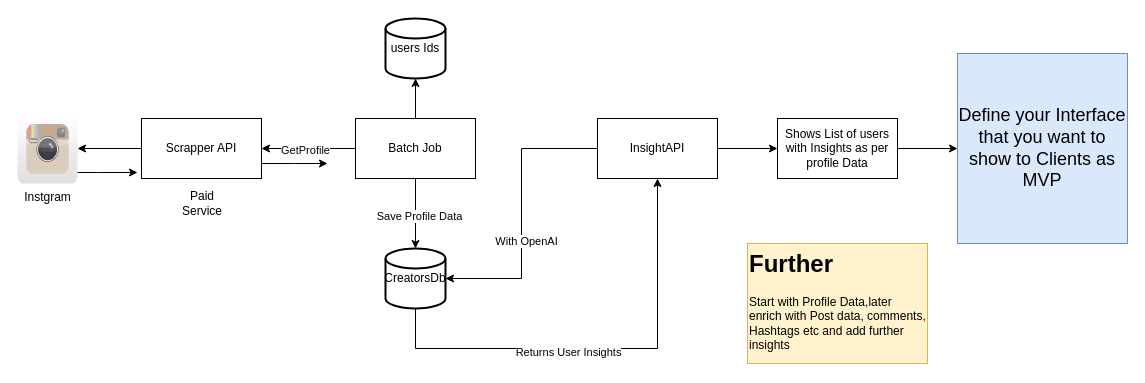
Before: creatorinsights.drawio in ashishrajsrivastava/architectures, a draw.io diagram. Source tidied: cells renumbered, new cells numbered last; positions are measured from the earlier drawing's top-left corner, leaving out a move shared by most shapes. Both pictures are drawn from the tidied source at 100%, with x=0, y=0 at pixel (17, 18).
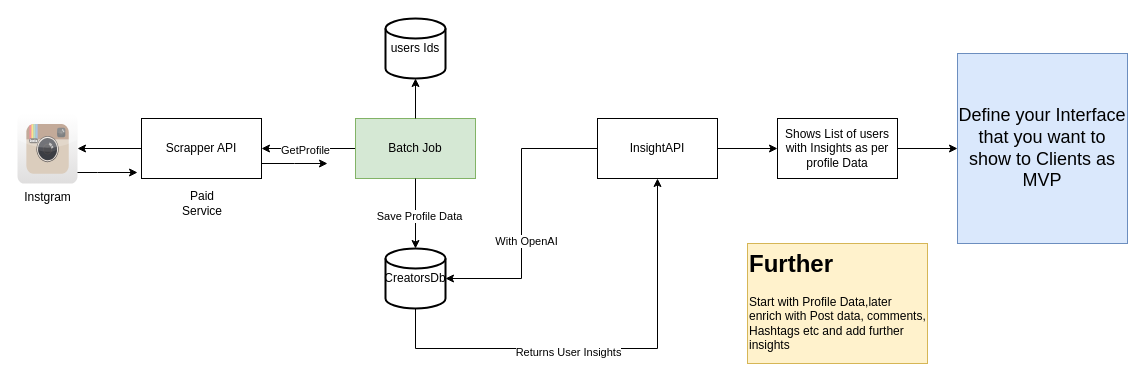
The same page after the edit.

What changed in the source:
```diff
@@
-    <mxCell id="8" value="Batch Job" style="rounded=0;whiteSpace=wrap;html=1;" parent="1" vertex="1">
+    <mxCell id="8" value="Batch Job" style="rounded=0;whiteSpace=wrap;html=1;fillColor=#d5e8d4;strokeColor=#82b366;" parent="1" vertex="1">
       <mxGeometry x="338" y="100" width="120" height="60" as="geometry" />
     </mxCell>
```
